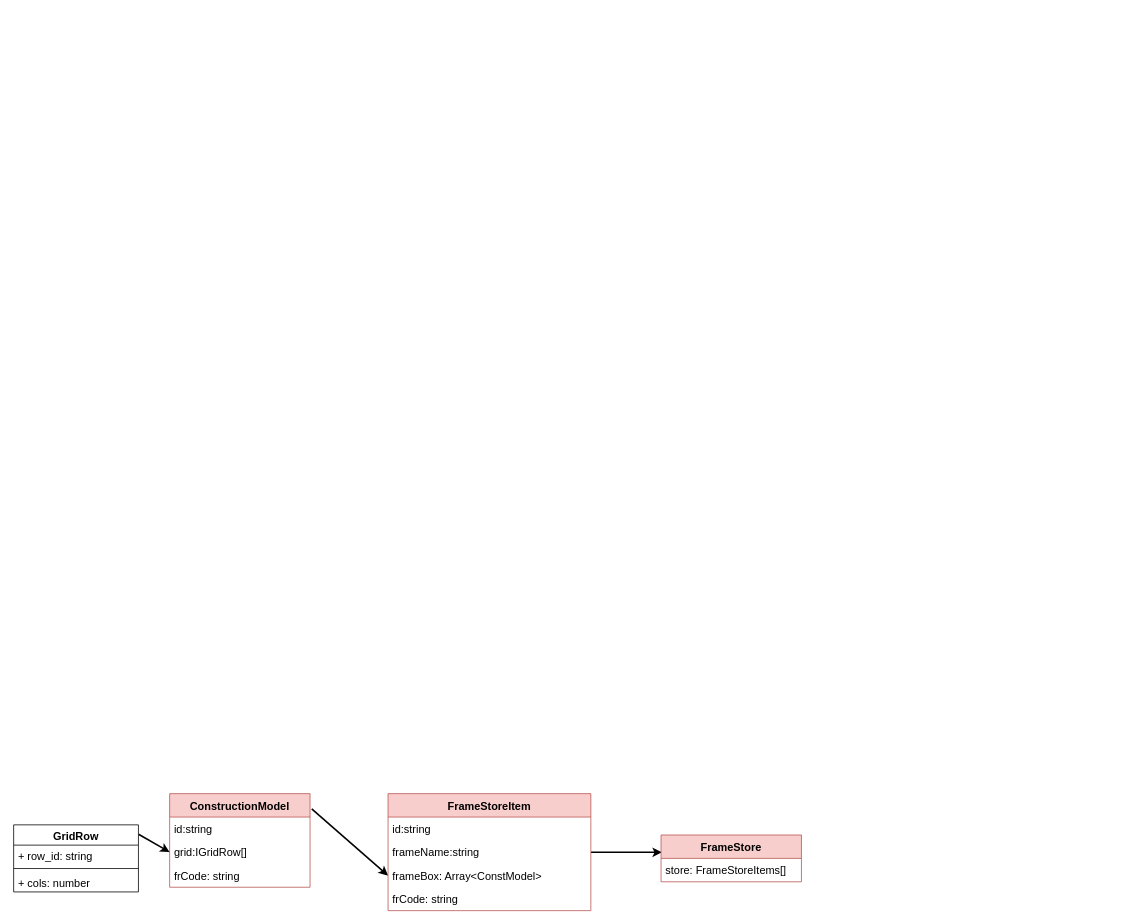
This is src/Models/TypesDiagramm.drawio from akuma-code/zcalc_react, a draw.io file, before an edit. Source tidied: cells renumbered, new cells numbered last; positions are measured from the earlier drawing's top-left corner, leaving out a move shared by most shapes. Both pictures are drawn from the tidied source at 78%, with x=0, y=0 at pixel (13, 793).
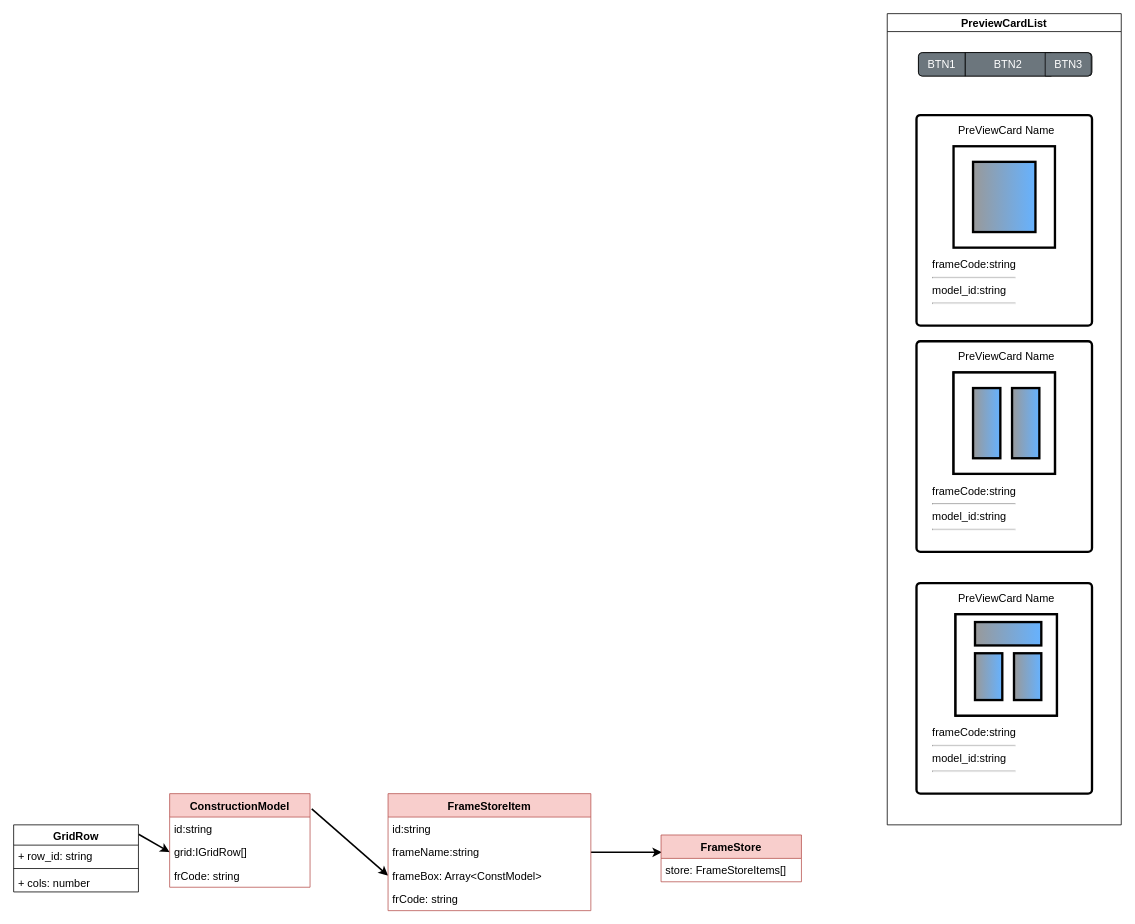
The same page after the edit.

Diff of the diagram source:
```diff
@@
+    <mxCell id="20" value="PreviewCardList" style="swimlane;labelBackgroundColor=none;fontSize=14;verticalAlign=middle;" parent="1" vertex="1">
+      <mxGeometry x="1120" y="-1000" width="300" height="1040" as="geometry" />
+    </mxCell>
+    <mxCell id="21" style="group;" parent="20" vertex="1">
+      <mxGeometry x="37.5" y="130" width="225" height="270" as="geometry" />
+    </mxCell>
+    <mxCell id="22" value="frameCode:string&lt;hr&gt;model_id:string&lt;hr&gt;" style="html=1;shadow=0;dashed=0;shape=mxgraph.bootstrap.rrect;rSize=5;strokeColor=#000000;html=1;whiteSpace=wrap;fillColor=#ffffff;fontColor=#000000;verticalAlign=bottom;align=left;spacing=20;fontSize=14;labelBackgroundColor=none;strokeWidth=3;perimeterSpacing=1;" parent="21" vertex="1">
+      <mxGeometry width="225" height="270" as="geometry" />
+    </mxCell>
+    <mxCell id="23" value="PreViewCard Name" style="text;html=1;strokeColor=none;fillColor=none;align=center;verticalAlign=middle;whiteSpace=wrap;rounded=0;labelBackgroundColor=none;fontSize=14;fontColor=#000000;" parent="21" vertex="1">
+      <mxGeometry x="30" y="10" width="170" height="20" as="geometry" />
+    </mxCell>
+    <mxCell id="24" style="group;" parent="21" vertex="1">
+      <mxGeometry x="47.5" y="40" width="130" height="130" as="geometry" />
+    </mxCell>
+    <mxCell id="25" style="whiteSpace=wrap;html=1;labelBackgroundColor=none;fontSize=14;strokeWidth=3;gradientColor=none;gradientDirection=east;" parent="24" vertex="1">
+      <mxGeometry width="130" height="130" as="geometry" />
+    </mxCell>
+    <mxCell id="26" style="rounded=0;whiteSpace=wrap;html=1;labelBackgroundColor=none;fontSize=14;strokeColor=#000000;strokeWidth=3;fillColor=#999999;gradientColor=#66B2FF;gradientDirection=east;" parent="24" vertex="1">
+      <mxGeometry x="25" y="20" width="80" height="90" as="geometry" />
+    </mxCell>
+    <mxCell id="27" style="group;" parent="20" vertex="1">
+      <mxGeometry x="37.5" y="420" width="225" height="270" as="geometry" />
+    </mxCell>
+    <mxCell id="28" value="frameCode:string&lt;hr&gt;model_id:string&lt;hr&gt;" style="html=1;shadow=0;dashed=0;shape=mxgraph.bootstrap.rrect;rSize=5;strokeColor=#000000;html=1;whiteSpace=wrap;fillColor=#ffffff;fontColor=#000000;verticalAlign=bottom;align=left;spacing=20;fontSize=14;labelBackgroundColor=none;strokeWidth=3;perimeterSpacing=1;" parent="27" vertex="1">
+      <mxGeometry width="225" height="270" as="geometry" />
+    </mxCell>
+    <mxCell id="29" style="group;labelBackgroundColor=none;fontSize=14;fontColor=#000000;strokeColor=#000000;strokeWidth=3;fillColor=default;gradientColor=#66B2FF;gradientDirection=east;" parent="27" vertex="1">
+      <mxGeometry x="47.5" y="40" width="130" height="130" as="geometry" />
+    </mxCell>
+    <mxCell id="30" style="whiteSpace=wrap;html=1;labelBackgroundColor=none;fontSize=14;strokeWidth=3;gradientColor=none;gradientDirection=east;fontColor=#000000;" parent="29" vertex="1">
+      <mxGeometry width="130" height="130" as="geometry" />
+    </mxCell>
+    <mxCell id="31" style="rounded=0;whiteSpace=wrap;html=1;labelBackgroundColor=none;fontSize=14;strokeColor=#000000;strokeWidth=3;fillColor=#999999;gradientColor=#66B2FF;gradientDirection=east;fontColor=#000000;" parent="29" vertex="1">
+      <mxGeometry x="25" y="20" width="35" height="90" as="geometry" />
+    </mxCell>
+    <mxCell id="32" style="rounded=0;whiteSpace=wrap;html=1;labelBackgroundColor=none;fontSize=14;strokeColor=#000000;strokeWidth=3;fillColor=#999999;gradientColor=#66B2FF;gradientDirection=east;fontColor=#000000;" parent="29" vertex="1">
+      <mxGeometry x="75" y="20" width="35" height="90" as="geometry" />
+    </mxCell>
+    <mxCell id="33" value="PreViewCard Name" style="text;html=1;strokeColor=none;fillColor=none;align=center;verticalAlign=middle;whiteSpace=wrap;rounded=0;labelBackgroundColor=none;fontSize=14;fontColor=#000000;" parent="27" vertex="1">
+      <mxGeometry x="30" y="10" width="170" height="20" as="geometry" />
+    </mxCell>
+    <mxCell id="34" style="group;" parent="20" vertex="1">
+      <mxGeometry x="37.5" y="730" width="225" height="270" as="geometry" />
+    </mxCell>
+    <mxCell id="35" value="frameCode:string&lt;hr&gt;model_id:string&lt;hr&gt;" style="html=1;shadow=0;dashed=0;shape=mxgraph.bootstrap.rrect;rSize=5;strokeColor=#000000;html=1;whiteSpace=wrap;fillColor=#ffffff;fontColor=#000000;verticalAlign=bottom;align=left;spacing=20;fontSize=14;labelBackgroundColor=none;strokeWidth=3;perimeterSpacing=1;" parent="34" vertex="1">
+      <mxGeometry width="225" height="270" as="geometry" />
+    </mxCell>
+    <mxCell id="36" style="group;labelBackgroundColor=none;fontSize=14;fontColor=#000000;strokeColor=#000000;strokeWidth=3;fillColor=default;gradientColor=#66B2FF;gradientDirection=east;" parent="34" vertex="1">
+      <mxGeometry x="50" y="40" width="130" height="130" as="geometry" />
+    </mxCell>
+    <mxCell id="37" style="whiteSpace=wrap;html=1;labelBackgroundColor=none;fontSize=14;strokeWidth=3;gradientColor=none;gradientDirection=east;fontColor=#000000;" parent="36" vertex="1">
+      <mxGeometry width="130" height="130" as="geometry" />
+    </mxCell>
+    <mxCell id="38" style="rounded=0;whiteSpace=wrap;html=1;labelBackgroundColor=none;fontSize=14;strokeColor=#000000;strokeWidth=3;fillColor=#999999;gradientColor=#66B2FF;gradientDirection=east;fontColor=#000000;" parent="36" vertex="1">
+      <mxGeometry x="25" y="50" width="35" height="60" as="geometry" />
+    </mxCell>
+    <mxCell id="39" style="rounded=0;whiteSpace=wrap;html=1;labelBackgroundColor=none;fontSize=14;strokeColor=#000000;strokeWidth=3;fillColor=#999999;gradientColor=#66B2FF;gradientDirection=east;fontColor=#000000;" parent="36" vertex="1">
+      <mxGeometry x="75" y="50" width="35" height="60" as="geometry" />
+    </mxCell>
+    <mxCell id="40" style="rounded=0;whiteSpace=wrap;html=1;labelBackgroundColor=none;fontSize=14;strokeColor=#000000;strokeWidth=3;fillColor=#999999;gradientColor=#66B2FF;gradientDirection=east;fontColor=#000000;" parent="36" vertex="1">
+      <mxGeometry x="25" y="10" width="85" height="30" as="geometry" />
+    </mxCell>
+    <mxCell id="41" value="PreViewCard Name" style="text;html=1;strokeColor=none;fillColor=none;align=center;verticalAlign=middle;whiteSpace=wrap;rounded=0;labelBackgroundColor=none;fontSize=14;fontColor=#000000;" parent="34" vertex="1">
+      <mxGeometry x="30" y="10" width="170" height="20" as="geometry" />
+    </mxCell>
+    <mxCell id="42" style="html=1;shadow=0;dashed=0;shape=mxgraph.bootstrap.rrect;rSize=5;strokeColor=default;html=1;whiteSpace=wrap;fillColor=#6C767D;fontColor=#ffffff;sketch=0;labelBackgroundColor=none;fontSize=14;labelBorderColor=default;" parent="20" vertex="1">
+      <mxGeometry x="40" y="50" width="222.5" height="30" as="geometry" />
+    </mxCell>
+    <mxCell id="43" value="&lt;font color=&quot;#ffffff&quot;&gt;BTN1&lt;/font&gt;" style="strokeColor=inherit;fillColor=inherit;gradientColor=inherit;fontColor=inherit;html=1;shadow=0;dashed=0;shape=mxgraph.bootstrap.leftButton;rSize=5;perimeter=none;whiteSpace=wrap;sketch=0;labelBackgroundColor=none;fontSize=14;" parent="42" vertex="1">
+      <mxGeometry width="60" height="30" relative="1" as="geometry" />
+    </mxCell>
+    <mxCell id="44" value="&lt;font color=&quot;#ffffff&quot;&gt;BTN2&lt;/font&gt;" style="strokeColor=inherit;fillColor=inherit;gradientColor=inherit;fontColor=inherit;html=1;shadow=0;dashed=0;perimeter=none;whiteSpace=wrap;sketch=0;labelBackgroundColor=none;fontSize=14;" parent="42" vertex="1">
+      <mxGeometry width="110" height="30" relative="1" as="geometry">
+        <mxPoint x="60" as="offset" />
+      </mxGeometry>
+    </mxCell>
+    <mxCell id="45" value="&lt;font color=&quot;#ffffff&quot;&gt;BTN3&lt;/font&gt;" style="strokeColor=inherit;fillColor=inherit;gradientColor=inherit;fontColor=inherit;html=1;shadow=0;dashed=0;shape=mxgraph.bootstrap.rightButton;rSize=5;perimeter=none;whiteSpace=wrap;sketch=0;labelBackgroundColor=none;fontSize=14;" parent="42" vertex="1">
+      <mxGeometry x="1" width="59" height="30" relative="1" as="geometry">
+        <mxPoint x="-60" as="offset" />
+      </mxGeometry>
+    </mxCell>
```
